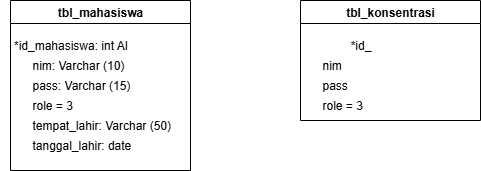
This is Database E-Formulir.drawio.png from bintangkharisma22/e-formulir-global, a draw.io export, as it was before one commit. Source tidied: cells renumbered, new cells last; positions are measured from the earlier drawing's top-left corner, leaving out a move shared by most shapes.
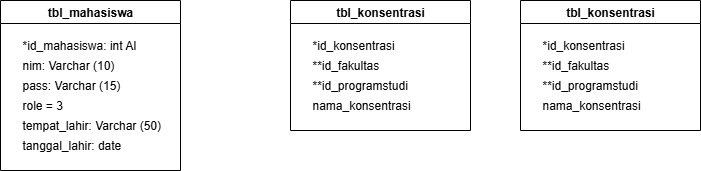
After the commit.

Diff of the diagram source:
```diff
@@ -5,8 +5,8 @@
     <mxCell id="2" value="tbl_mahasiswa" style="swimlane;whiteSpace=wrap;html=1;" parent="1" vertex="1">
       <mxGeometry x="10" width="180" height="170" as="geometry" />
     </mxCell>
-    <mxCell id="3" value="*id_mahasiswa: int AI" style="text;html=1;align=center;verticalAlign=middle;strokeColor=none;fillColor=none;" parent="2" vertex="1">
-      <mxGeometry x="-10" y="30" width="140" height="30" as="geometry" />
+    <mxCell id="3" value="*id_mahasiswa: int AI" style="text;html=1;align=left;verticalAlign=middle;strokeColor=none;fillColor=none;" parent="2" vertex="1">
+      <mxGeometry x="20" y="30" width="140" height="30" as="geometry" />
     </mxCell>
     <mxCell id="4" value="nim: Varchar (10)" style="text;html=1;align=left;verticalAlign=middle;strokeColor=none;fillColor=none;" parent="2" vertex="1">
       <mxGeometry x="20" y="50" width="120" height="30" as="geometry" />
@@ -24,19 +24,34 @@
       <mxGeometry x="20" y="130" width="120" height="30" as="geometry" />
     </mxCell>
     <mxCell id="9" value="tbl_konsentrasi" style="swimlane;whiteSpace=wrap;html=1;" parent="1" vertex="1">
-      <mxGeometry x="300" width="180" height="120" as="geometry" />
+      <mxGeometry x="300" width="180" height="130" as="geometry" />
     </mxCell>
-    <mxCell id="10" value="*id_" style="text;html=1;align=center;verticalAlign=middle;strokeColor=none;fillColor=none;" parent="9" vertex="1">
-      <mxGeometry x="40" y="30" width="40" height="30" as="geometry" />
+    <mxCell id="10" value="*id_konsentrasi" style="text;html=1;align=left;verticalAlign=middle;strokeColor=none;fillColor=none;" parent="9" vertex="1">
+      <mxGeometry x="20" y="30" width="110" height="30" as="geometry" />
     </mxCell>
-    <mxCell id="11" value="nim" style="text;html=1;align=left;verticalAlign=middle;strokeColor=none;fillColor=none;" parent="9" vertex="1">
-      <mxGeometry x="20" y="50" width="40" height="30" as="geometry" />
-    </mxCell>
-    <mxCell id="12" value="pass" style="text;html=1;align=left;verticalAlign=middle;strokeColor=none;fillColor=none;" parent="9" vertex="1">
-      <mxGeometry x="20" y="70" width="50" height="30" as="geometry" />
-    </mxCell>
-    <mxCell id="13" value="role = 3" style="text;html=1;align=left;verticalAlign=middle;strokeColor=none;fillColor=none;" parent="9" vertex="1">
-      <mxGeometry x="20" y="90" width="60" height="30" as="geometry" />
-    </mxCell>
+    <mxCell id="14" value="**id_fakultas" style="text;html=1;align=left;verticalAlign=middle;strokeColor=none;fillColor=none;" parent="9" vertex="1">
+      <mxGeometry x="20" y="50" width="90" height="30" as="geometry" />
+    </mxCell>
+    <mxCell id="15" value="**id_programstudi" style="text;html=1;align=left;verticalAlign=middle;strokeColor=none;fillColor=none;" parent="9" vertex="1">
+      <mxGeometry x="20" y="70" width="120" height="30" as="geometry" />
+    </mxCell>
+    <mxCell id="16" value="nama_konsentrasi" style="text;html=1;align=left;verticalAlign=middle;strokeColor=none;fillColor=none;" parent="9" vertex="1">
+      <mxGeometry x="20" y="90" width="120" height="30" as="geometry" />
+    </mxCell>
+    <mxCell id="17" value="tbl_konsentrasi" style="swimlane;whiteSpace=wrap;html=1;" parent="1" vertex="1">
+      <mxGeometry x="530" width="180" height="130" as="geometry" />
+    </mxCell>
+    <mxCell id="18" value="*id_konsentrasi" style="text;html=1;align=left;verticalAlign=middle;strokeColor=none;fillColor=none;" parent="17" vertex="1">
+      <mxGeometry x="20" y="30" width="110" height="30" as="geometry" />
+    </mxCell>
+    <mxCell id="19" value="**id_fakultas" style="text;html=1;align=left;verticalAlign=middle;strokeColor=none;fillColor=none;" parent="17" vertex="1">
+      <mxGeometry x="20" y="50" width="90" height="30" as="geometry" />
+    </mxCell>
+    <mxCell id="20" value="**id_programstudi" style="text;html=1;align=left;verticalAlign=middle;strokeColor=none;fillColor=none;" parent="17" vertex="1">
+      <mxGeometry x="20" y="70" width="120" height="30" as="geometry" />
+    </mxCell>
+    <mxCell id="21" value="nama_konsentrasi" style="text;html=1;align=left;verticalAlign=middle;strokeColor=none;fillColor=none;" parent="17" vertex="1">
+      <mxGeometry x="20" y="90" width="120" height="30" as="geometry" />
+    </mxCell>
   </root>
 </mxGraphModel>
```
